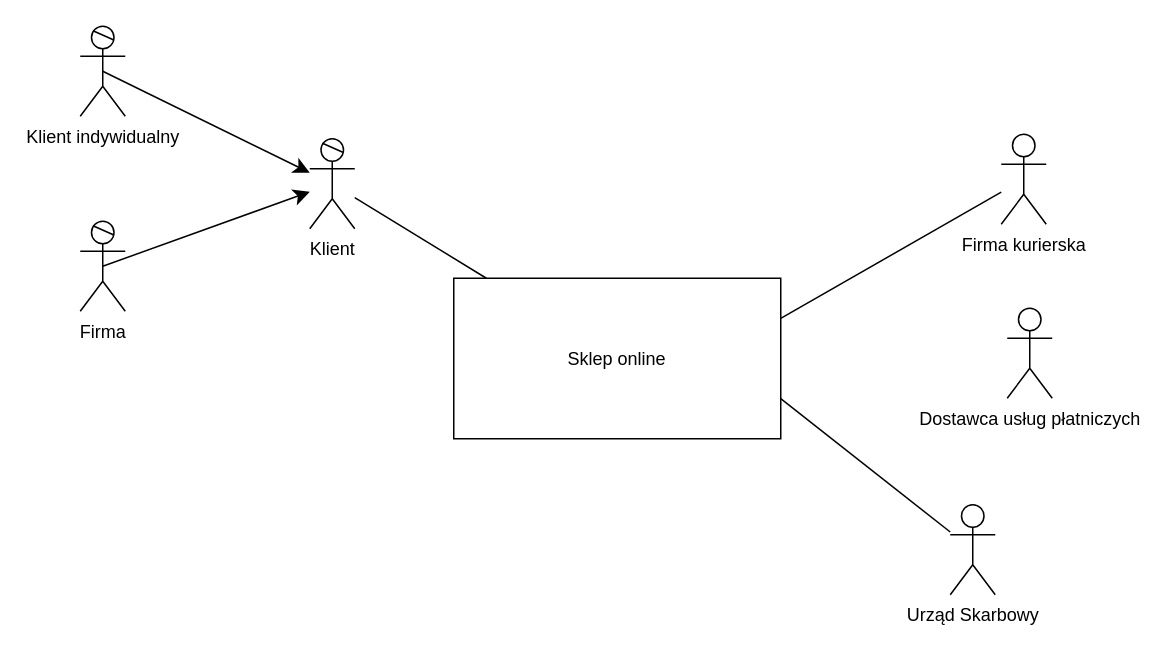
Tarik-Alaiwi-dev/psi keeps this draw.io diagram as Diagram bez tytułu.drawio. Above is the earlier version. Source tidied: cells renumbered, new cells numbered last; positions are measured from the earlier drawing's top-left corner, leaving out a move shared by most shapes. Both pictures are drawn from the tidied source at 150%, with x=0, y=0 at pixel (80, 26).
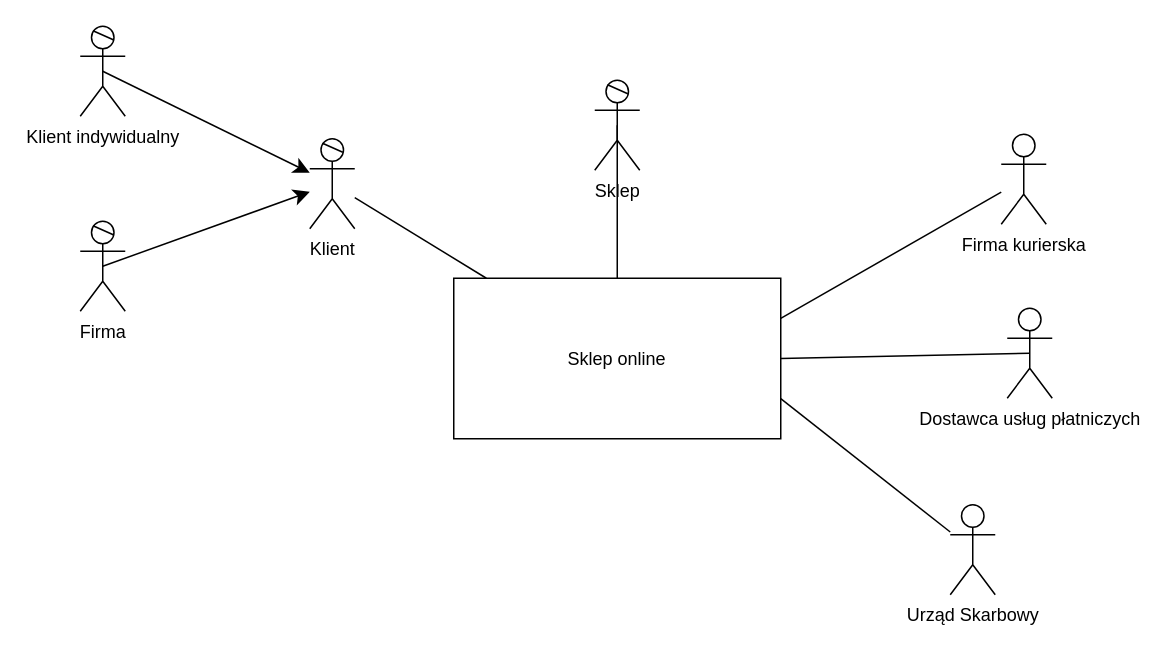
The same diagram, later.

Unchanged cells that the change refers to:
```xml
<mxCell id="2" value="Sklep online" style="rounded=0;whiteSpace=wrap;html=1;" parent="1" vertex="1">
  <mxGeometry x="249" y="168" width="218" height="107" as="geometry" />
</mxCell>
<mxCell id="11" value="Dostawca usług płatniczych" style="shape=umlActor;verticalLabelPosition=bottom;verticalAlign=top;html=1;" parent="1" vertex="1">
  <mxGeometry x="618" y="188" width="30" height="60" as="geometry" />
</mxCell>
```

What changed in the source:
```diff
@@
+    <mxCell id="17" style="endArrow=none;html=1;rounded=0;entryX=0.5;entryY=0.5;entryDx=0;entryDy=0;entryPerimeter=0;exitX=1;exitY=0.5;exitDx=0;exitDy=0;" parent="1" edge="1" source="2" target="11">
+      <mxGeometry relative="1" as="geometry" />
+    </mxCell>
+    <mxCell id="18" value="Sklep" style="shape=umlActor;verticalLabelPosition=bottom;verticalAlign=top;html=1;outlineConnect=0;" parent="1" vertex="1">
+      <mxGeometry x="343" y="36" width="30" height="60" as="geometry" />
+    </mxCell>
+    <mxCell id="19" style="endArrow=none;html=1;rounded=0;fontSize=12;startSize=8;endSize=8;curved=1;" parent="1" edge="1">
+      <mxGeometry relative="1" as="geometry">
+        <mxPoint x="351.5" y="39" as="sourcePoint" />
+        <mxPoint x="365" y="45" as="targetPoint" />
+      </mxGeometry>
+    </mxCell>
+    <mxCell id="20" style="endArrow=none;html=1;rounded=0;entryX=0.5;entryY=0.5;entryDx=0;entryDy=0;entryPerimeter=0;exitX=0.5;exitY=0;exitDx=0;exitDy=0;" parent="1" edge="1" source="2" target="18">
+      <mxGeometry relative="1" as="geometry" />
+    </mxCell>
```
